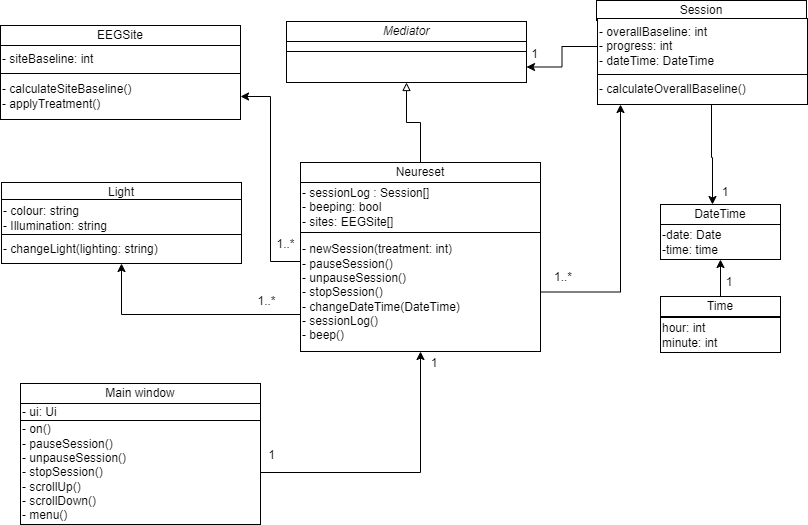
Earlier version of the draw.io export Diagrams/NeuresetUML.png (SaiPaladugu/neureset-comp3004). Source tidied: cells renumbered, new cells last; positions are measured from the earlier drawing's top-left corner, leaving out a move shared by most shapes.
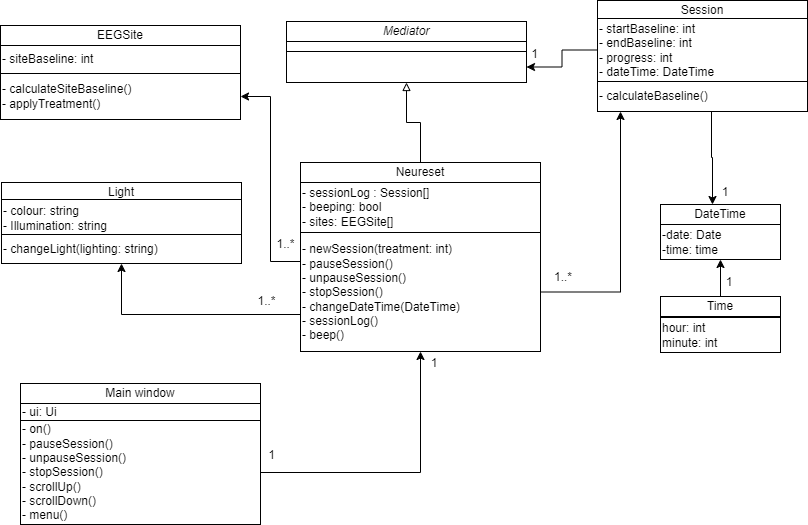
Above is the later version.

Diff of the diagram source:
```diff
@@ -9,13 +9,13 @@
       <mxGeometry x="660" y="224" width="120" height="35" as="geometry" />
     </mxCell>
     <mxCell id="4" value="Session" style="rounded=0;whiteSpace=wrap;html=1;" parent="1" vertex="1">
-      <mxGeometry x="596" width="210" height="20" as="geometry" />
+      <mxGeometry x="597" width="210" height="20" as="geometry" />
     </mxCell>
     <mxCell id="5" style="edgeStyle=orthogonalEdgeStyle;rounded=0;jettySize=auto;html=1;entryX=1;entryY=0.5;entryDx=0;entryDy=0;" parent="1" edge="1" source="6" target="21">
       <mxGeometry relative="1" as="geometry" />
     </mxCell>
-    <mxCell id="6" value="&lt;div style=&quot;&quot;&gt;- overallBaseline: int&lt;br&gt;- progress: int&lt;br&gt;- dateTime: DateTime&lt;/div&gt;&lt;span id=&quot;docs-internal-guid-68782151-7fff-3128-4f7a-dbfb32c3a9ff&quot;&gt;&lt;/span&gt;" style="rounded=0;whiteSpace=wrap;html=1;align=left;" parent="1" vertex="1">
-      <mxGeometry x="597" y="18" width="210" height="56" as="geometry" />
+    <mxCell id="6" value="&lt;div style=&quot;&quot;&gt;- startBaseline: int&lt;br&gt;- endBaseline: int&lt;br&gt;- progress: int&lt;br&gt;- dateTime: DateTime&lt;/div&gt;&lt;span id=&quot;docs-internal-guid-68782151-7fff-3128-4f7a-dbfb32c3a9ff&quot;&gt;&lt;/span&gt;" style="rounded=0;whiteSpace=wrap;html=1;align=left;" parent="1" vertex="1">
+      <mxGeometry x="597" y="18" width="210" height="63" as="geometry" />
     </mxCell>
     <mxCell id="7" style="edgeStyle=orthogonalEdgeStyle;rounded=0;jettySize=auto;html=1;endArrow=classic;endFill=1;" parent="1" edge="1" source="8" target="2">
       <mxGeometry relative="1" as="geometry">
@@ -25,8 +25,8 @@
         </Array>
       </mxGeometry>
     </mxCell>
-    <mxCell id="8" value="- calculateOverallBaseline()" style="rounded=0;whiteSpace=wrap;html=1;align=left;" parent="1" vertex="1">
-      <mxGeometry x="597" y="74" width="210" height="30" as="geometry" />
+    <mxCell id="8" value="- calculateBaseline()" style="rounded=0;whiteSpace=wrap;html=1;align=left;" parent="1" vertex="1">
+      <mxGeometry x="597" y="81" width="210" height="30" as="geometry" />
     </mxCell>
     <mxCell id="9" style="edgeStyle=orthogonalEdgeStyle;rounded=0;jettySize=auto;html=1;endArrow=block;endFill=0;" parent="1" edge="1" source="10" target="21">
       <mxGeometry relative="1" as="geometry" />
```
